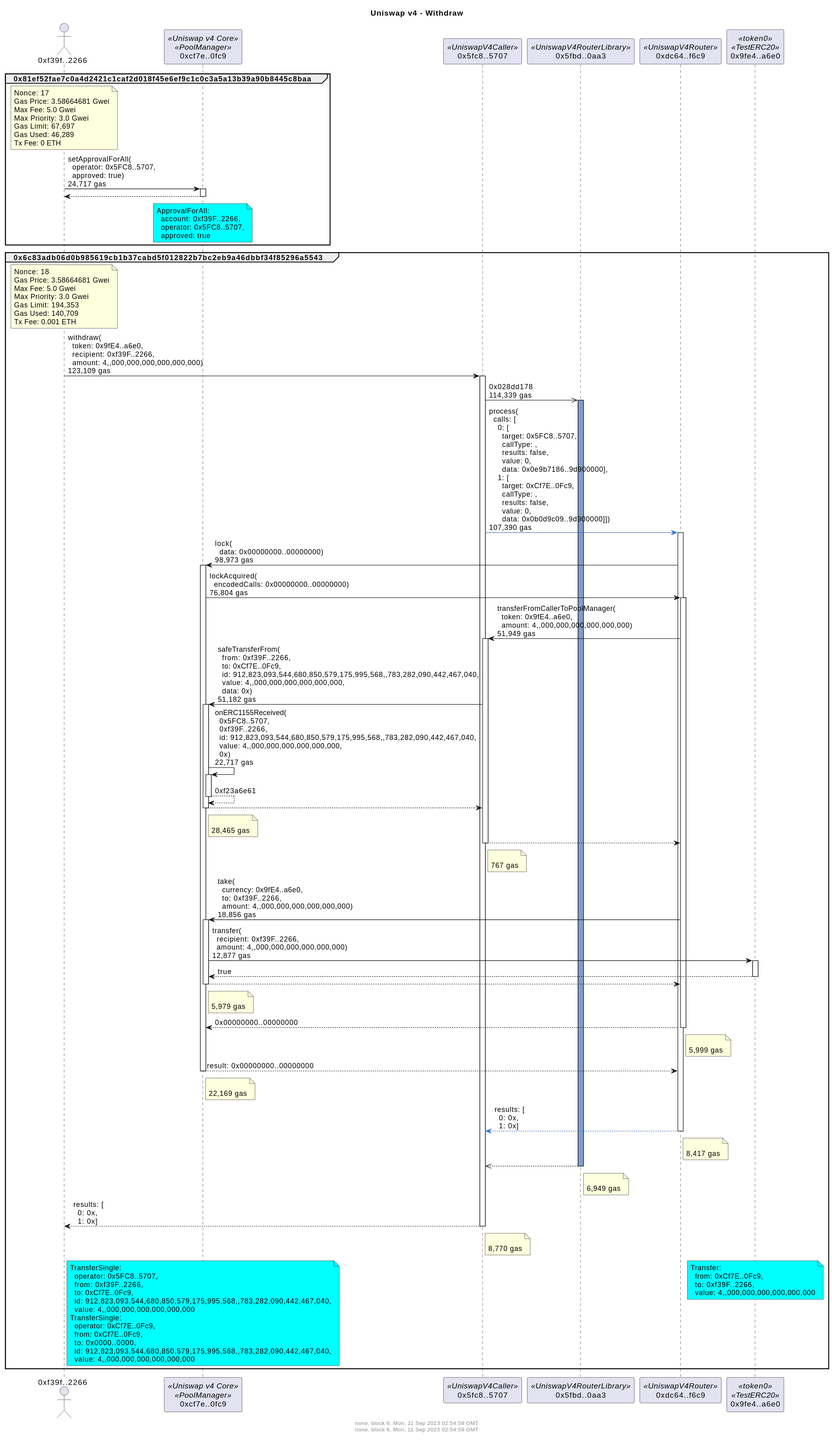
Before: docs/withdrawDetailed.svg, a diagram exported from PlantUML (naddison36/uniswap-v4-hooks).
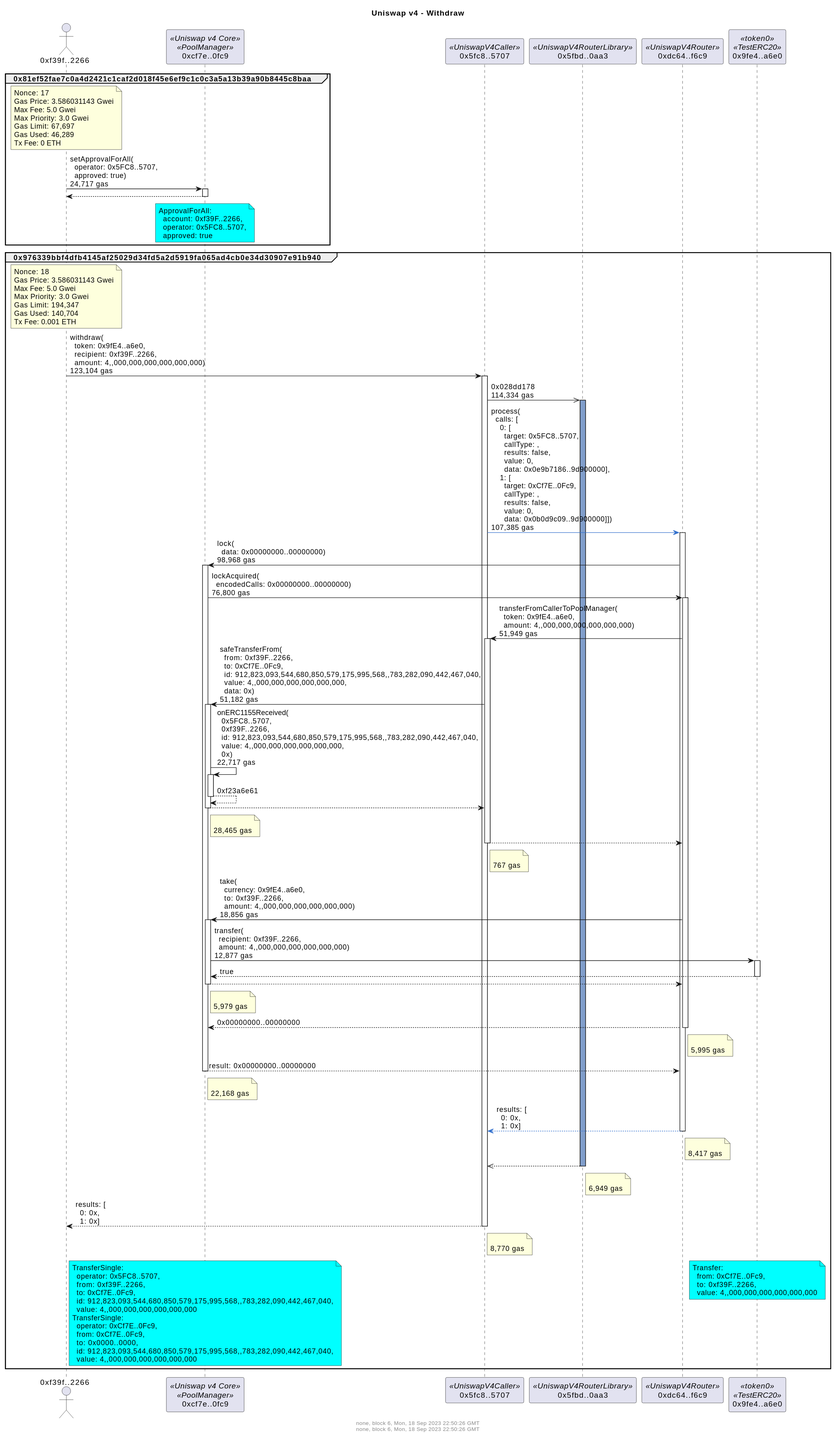
The same file after the commit.

Diff of the diagram source:
```diff
@@ -1,8 +1,8 @@
 @startuml
 title Uniswap v4 - Withdraw
 footer
-none, block 6, Mon, 11 Sep 2023 02:54:59 GMT
-none, block 6, Mon, 11 Sep 2023 02:54:59 GMT
+none, block 6, Mon, 18 Sep 2023 22:50:26 GMT
+none, block 6, Mon, 18 Sep 2023 22:50:26 GMT
 
 endfooter
 actor "0xf39f..2266" as f39f2266
@@ -15,7 +15,7 @@
 group 0x81ef52fae7c0a4d2421c1caf2d018f45e6ef9c1c0c3a5a13b39a90b8445c8baa
 note over f39f2266
 Nonce: 17
-Gas Price: 3.58664681 Gwei
+Gas Price: 3.586031143 Gwei
 Max Fee: 5.0 Gwei
 Max Priority: 3.0 Gwei
 Gas Limit: 67,697
@@ -35,26 +35,26 @@
 end note
 
 end
-group 0x6c83adb06d0b985619cb1b37cabd5f012822b7bc2eb9a46dbbf34f85296a5543
+group 0x976339bbf4dfb4145af25029d34fd5a2d5919fa065ad4cb0e34d30907e91b940
 note over f39f2266
 Nonce: 18
-Gas Price: 3.58664681 Gwei
+Gas Price: 3.586031143 Gwei
 Max Fee: 5.0 Gwei
 Max Priority: 3.0 Gwei
-Gas Limit: 194,353
-Gas Used: 140,709
+Gas Limit: 194,347
+Gas Used: 140,704
 Tx Fee: 0.001 ETH
 end note
 
-f39f2266 -> 5fc85707: withdraw(\n  token: 0x9fE4..a6e0,\n  recipient: 0xf39F..2266,\n  amount: 4,,000,000,000,000,000,000)\n123,109 gas
+f39f2266 -> 5fc85707: withdraw(\n  token: 0x9fE4..a6e0,\n  recipient: 0xf39F..2266,\n  amount: 4,,000,000,000,000,000,000)\n123,104 gas
 activate 5fc85707
-5fc85707 ->> 5fbd0aa3: 0x028dd178\n114,339 gas
+5fc85707 ->> 5fbd0aa3: 0x028dd178\n114,334 gas
 activate 5fbd0aa3 #809ECB
-5fc85707 -[#3471CD]> dc64f6c9: process(\n  calls: [\n    0: [\n      target: 0x5FC8..5707,\n      callType: ,\n      results: false,\n      value: 0,\n      data: 0x0e9b7186..9d900000],\n    1: [\n      target: 0xCf7E..0Fc9,\n      callType: ,\n      results: false,\n      value: 0,\n      data: 0x0b0d9c09..9d900000]])\n107,390 gas
+5fc85707 -[#3471CD]> dc64f6c9: process(\n  calls: [\n    0: [\n      target: 0x5FC8..5707,\n      callType: ,\n      results: false,\n      value: 0,\n      data: 0x0e9b7186..9d900000],\n    1: [\n      target: 0xCf7E..0Fc9,\n      callType: ,\n      results: false,\n      value: 0,\n      data: 0x0b0d9c09..9d900000]])\n107,385 gas
 activate dc64f6c9
-dc64f6c9 -> cf7e0fc9: lock(\n  data: 0x00000000..00000000)\n98,973 gas
+dc64f6c9 -> cf7e0fc9: lock(\n  data: 0x00000000..00000000)\n98,968 gas
 activate cf7e0fc9
-cf7e0fc9 -> dc64f6c9: lockAcquired(\n  encodedCalls: 0x00000000..00000000)\n76,804 gas
+cf7e0fc9 -> dc64f6c9: lockAcquired(\n  encodedCalls: 0x00000000..00000000)\n76,800 gas
 activate dc64f6c9
 dc64f6c9 -> 5fc85707: transferFromCallerToPoolManager(\n  token: 0x9fE4..a6e0,\n  amount: 4,,000,000,000,000,000,000)\n51,949 gas
 activate 5fc85707
@@ -75,9 +75,9 @@
 return
 note right of cf7e0fc9: \n5,979 gas
 return 0x00000000..00000000
-note right of dc64f6c9: \n5,999 gas
+note right of dc64f6c9: \n5,995 gas
 return result: 0x00000000..00000000
-note right of cf7e0fc9: \n22,169 gas
+note right of cf7e0fc9: \n22,168 gas
 return results: [\n  0: 0x,\n  1: 0x]
 note right of dc64f6c9: \n8,417 gas
 return
```
